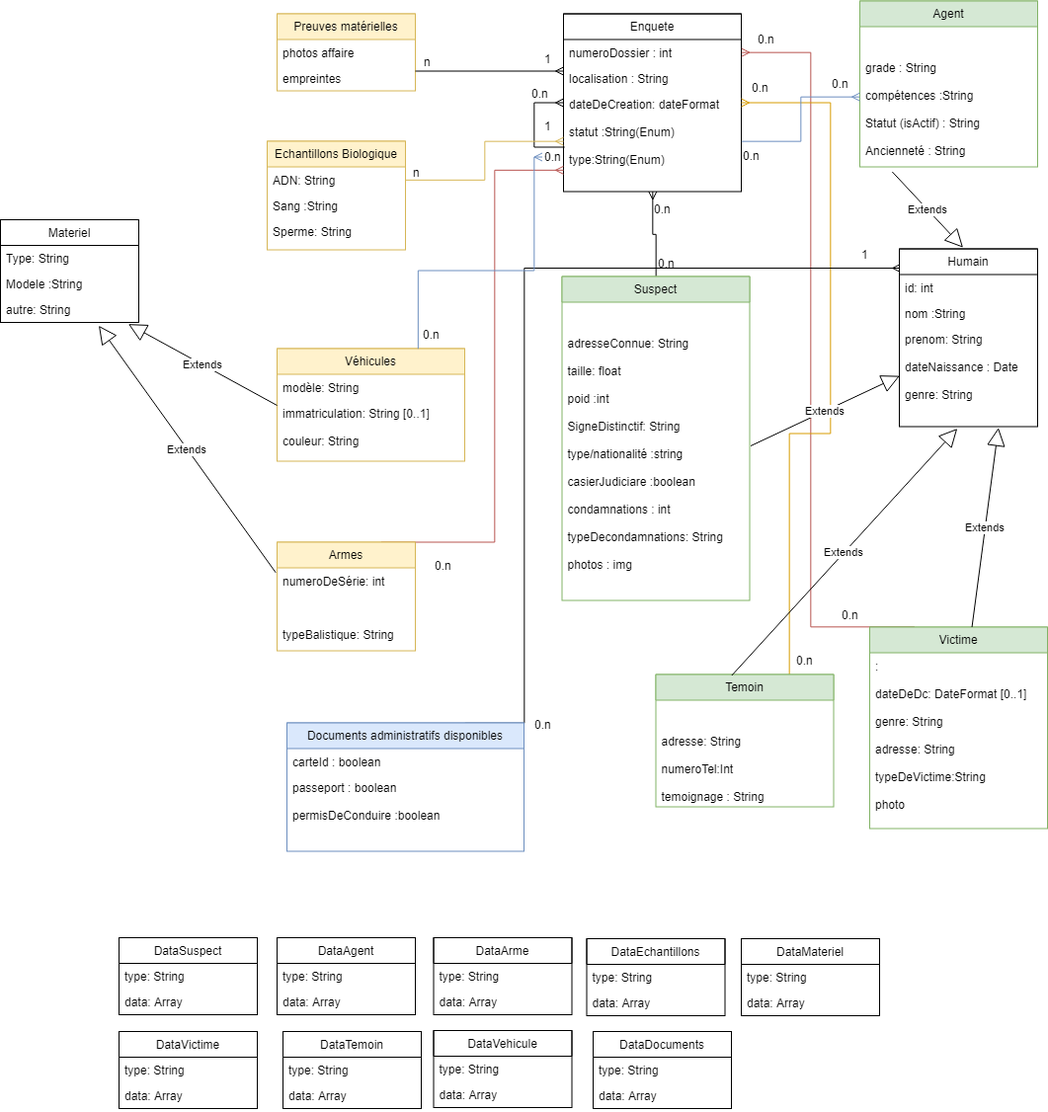
jipaow/CSI-Back keeps this draw.io diagram as Document/diagramme_de_classe.png. Above is the earlier version. Source tidied: cells renumbered, new cells last; positions are measured from the earlier drawing's top-left corner, leaving out a move shared by most shapes.
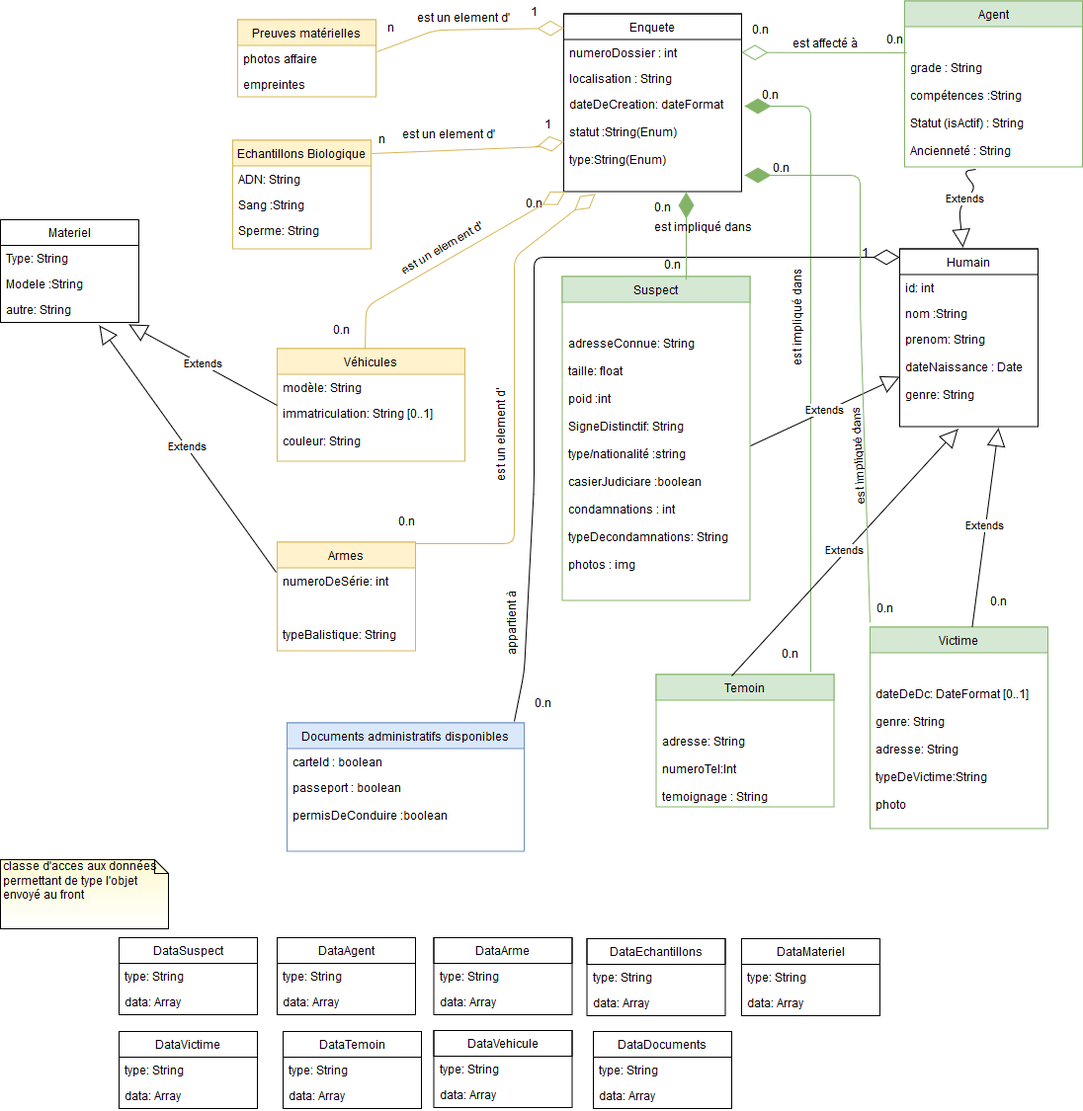
After the commit.

Change to the diagram source:
```diff
@@ -17,3 +17,3 @@
     <mxCell id="6" value="Agent" style="swimlane;fontStyle=0;horizontal=1;startSize=26;fillColor=#d5e8d4;swimlaneFillColor=#ffffff;strokeColor=#82b366;" parent="1" vertex="1">
-      <mxGeometry x="870" y="0.5" width="180" height="168" as="geometry" />
+      <mxGeometry x="915" y="0.5" width="180" height="168" as="geometry" />
     </mxCell>
@@ -22,5 +22,2 @@
     </mxCell>
-    <mxCell id="8" style="edgeStyle=orthogonalEdgeStyle;rounded=0;html=1;exitX=0.5;exitY=0;endArrow=ERmany;endFill=0;jettySize=auto;" parent="1" edge="1" source="9" target="2">
-      <mxGeometry relative="1" as="geometry" />
-    </mxCell>
     <mxCell id="9" value="Suspect" style="swimlane;fontStyle=0;horizontal=1;startSize=26;fillColor=#d5e8d4;swimlaneFillColor=#ffffff;strokeColor=#82b366;" parent="1" vertex="1">
@@ -31,10 +28,2 @@
     </mxCell>
-    <mxCell id="11" style="edgeStyle=orthogonalEdgeStyle;rounded=0;html=1;exitX=0.25;exitY=0;entryX=1;entryY=0.5;endArrow=ERmany;endFill=0;jettySize=auto;fillColor=#f8cecc;strokeColor=#b85450;" parent="1" edge="1" source="12" target="3">
-      <mxGeometry relative="1" as="geometry">
-        <Array as="points">
-          <mxPoint x="820" y="634.5" />
-          <mxPoint x="820" y="52.5" />
-        </Array>
-      </mxGeometry>
-    </mxCell>
     <mxCell id="12" value="Victime" style="swimlane;fontStyle=0;horizontal=1;startSize=26;fillColor=#d5e8d4;swimlaneFillColor=#ffffff;strokeColor=#82b366;" parent="1" vertex="1">
@@ -42,14 +31,5 @@
     </mxCell>
-    <mxCell id="13" value=":&#10;&#10;dateDeDc: DateFormat [0..1]&#10;&#10;genre: String&#10;&#10;adresse: String&#10;&#10;typeDeVictime:String&#10;&#10;photo&#10;&#10;&#10;" style="text;strokeColor=none;fillColor=none;align=left;verticalAlign=top;spacingLeft=4;spacingRight=4;overflow=hidden;" parent="12" vertex="1">
+    <mxCell id="13" value="&#10;&#10;dateDeDc: DateFormat [0..1]&#10;&#10;genre: String&#10;&#10;adresse: String&#10;&#10;typeDeVictime:String&#10;&#10;photo&#10;&#10;&#10;" style="text;strokeColor=none;fillColor=none;align=left;verticalAlign=top;spacingLeft=4;spacingRight=4;overflow=hidden;" parent="12" vertex="1">
       <mxGeometry y="26" width="180" height="178" as="geometry" />
     </mxCell>
-    <mxCell id="14" style="edgeStyle=orthogonalEdgeStyle;rounded=0;html=1;exitX=0.75;exitY=0;endArrow=ERmany;endFill=0;jettySize=auto;fillColor=#ffe6cc;strokeColor=#d79b00;" parent="1" edge="1" source="15" target="2">
-      <mxGeometry relative="1" as="geometry">
-        <Array as="points">
-          <mxPoint x="798" y="438.5" />
-          <mxPoint x="840" y="438.5" />
-          <mxPoint x="840" y="103.5" />
-        </Array>
-      </mxGeometry>
-    </mxCell>
     <mxCell id="15" value="Temoin" style="swimlane;fontStyle=0;horizontal=1;startSize=26;fillColor=#d5e8d4;swimlaneFillColor=#ffffff;strokeColor=#82b366;" parent="1" vertex="1">
@@ -60,2 +40,10 @@
     </mxCell>
+    <mxCell id="101" style="endArrow=diamondThin;endFill=1;endSize=24;html=1;entryX=1.017;entryY=0.152;entryPerimeter=0;fillColor=#d5e8d4;strokeColor=#82b366;" parent="15" edge="1" target="5">
+      <mxGeometry relative="1" as="geometry">
+        <mxPoint x="156.5" y="-2.5" as="sourcePoint" />
+        <Array as="points">
+          <mxPoint x="156.5" y="-575.5" />
+        </Array>
+      </mxGeometry>
+    </mxCell>
     <mxCell id="17" value="&lt;div&gt;&lt;br&gt;&lt;/div&gt;" style="text;html=1;" parent="1" vertex="1">
@@ -63,10 +51,2 @@
     </mxCell>
-    <mxCell id="18" style="edgeStyle=orthogonalEdgeStyle;rounded=0;html=1;exitX=0.75;exitY=0;entryX=0.008;entryY=-0.256;entryPerimeter=0;endArrow=ERmany;endFill=0;jettySize=auto;" parent="1" edge="1" source="19" target="42">
-      <mxGeometry relative="1" as="geometry">
-        <Array as="points">
-          <mxPoint x="530" y="731.5" />
-          <mxPoint x="530" y="270.5" />
-        </Array>
-      </mxGeometry>
-    </mxCell>
     <mxCell id="19" value="Documents administratifs disponibles" style="swimlane;fontStyle=0;horizontal=1;startSize=26;fillColor=#dae8fc;swimlaneFillColor=#ffffff;strokeColor=#6c8ebf;" parent="1" vertex="1">
@@ -81,3 +61,3 @@
     <mxCell id="22" value="Preuves matérielles" style="swimlane;fontStyle=0;horizontal=1;startSize=26;fillColor=#fff2cc;swimlaneFillColor=#ffffff;strokeColor=#d6b656;" parent="1" vertex="1">
-      <mxGeometry x="280" y="13.5" width="140" height="78" as="geometry" />
+      <mxGeometry x="240" y="19.5" width="140" height="78" as="geometry" />
     </mxCell>
@@ -90,3 +70,3 @@
     <mxCell id="25" value="Echantillons Biologique" style="swimlane;fontStyle=0;horizontal=1;startSize=26;fillColor=#fff2cc;swimlaneFillColor=#ffffff;strokeColor=#d6b656;" parent="1" vertex="1">
-      <mxGeometry x="270" y="142.5" width="140" height="110" as="geometry" />
+      <mxGeometry x="235" y="141.5" width="140" height="110" as="geometry" />
     </mxCell>
@@ -101,9 +81,2 @@
     </mxCell>
-    <mxCell id="29" style="edgeStyle=orthogonalEdgeStyle;rounded=0;html=1;exitX=0.75;exitY=0;endArrow=ERmany;endFill=0;jettySize=auto;" parent="1" edge="1" source="65" target="2">
-      <mxGeometry relative="1" as="geometry">
-        <Array as="points">
-          <mxPoint x="540" y="103.5" />
-        </Array>
-      </mxGeometry>
-    </mxCell>
     <mxCell id="30" value="Véhicules" style="swimlane;fontStyle=0;horizontal=1;startSize=26;fillColor=#fff2cc;swimlaneFillColor=#ffffff;strokeColor=#d6b656;" parent="1" vertex="1">
@@ -122,10 +95,2 @@
     </mxCell>
-    <mxCell id="34" style="edgeStyle=orthogonalEdgeStyle;rounded=0;html=1;exitX=0.75;exitY=0;endArrow=ERmany;endFill=0;jettySize=auto;fillColor=#f8cecc;strokeColor=#b85450;" parent="1" edge="1" source="35" target="5">
-      <mxGeometry relative="1" as="geometry">
-        <Array as="points">
-          <mxPoint x="500" y="548.5" />
-          <mxPoint x="500" y="171.5" />
-        </Array>
-      </mxGeometry>
-    </mxCell>
     <mxCell id="35" value="Armes" style="swimlane;fontStyle=0;horizontal=1;startSize=26;fillColor=#fff2cc;swimlaneFillColor=#ffffff;strokeColor=#d6b656;" parent="1" vertex="1">
@@ -139,14 +104,2 @@
     </mxCell>
-    <mxCell id="38" style="endArrow=ERmany;endFill=0;html=1;edgeStyle=orthogonalEdgeStyle;align=left;verticalAlign=top;" parent="1" edge="1">
-      <mxGeometry x="-1" relative="1" as="geometry">
-        <mxPoint x="420" y="71.5" as="sourcePoint" />
-        <mxPoint x="570" y="71.5" as="targetPoint" />
-      </mxGeometry>
-    </mxCell>
-    <mxCell id="39" style="html=1;align=left;verticalAlign=bottom;labelBackgroundColor=#ffffff;fontSize=10;" parent="38" vertex="1">
-      <mxGeometry x="-1" relative="1" as="geometry" />
-    </mxCell>
-    <mxCell id="40" style="edgeStyle=orthogonalEdgeStyle;rounded=0;html=1;exitX=1;exitY=0.5;jettySize=auto;endArrow=ERmany;endFill=0;fillColor=#fff2cc;strokeColor=#d6b656;" parent="1" edge="1" source="26" target="5">
-      <mxGeometry relative="1" as="geometry" />
-    </mxCell>
     <mxCell id="41" value="Humain" style="swimlane;fontStyle=0;horizontal=1;startSize=26;fillColor=none;swimlaneFillColor=#ffffff;" parent="1" vertex="1">
@@ -163,4 +116,10 @@
     </mxCell>
-    <mxCell id="45" value="Extends" style="endArrow=block;endSize=16;endFill=0;html=1;exitX=0.181;exitY=1.034;exitPerimeter=0;entryX=0.458;entryY=-0.008;entryPerimeter=0;" parent="1" edge="1" source="7" target="41">
-      <mxGeometry relative="1" as="geometry" />
+    <mxCell id="45" value="Extends" style="endArrow=block;endSize=16;endFill=0;html=1;exitX=0.4;exitY=1.018;exitPerimeter=0;entryX=0.458;entryY=-0.008;entryPerimeter=0;" parent="1" edge="1" source="7" target="41">
+      <mxGeometry relative="1" as="geometry">
+        <Array as="points">
+          <mxPoint x="974" y="173" />
+          <mxPoint x="987" y="190" />
+          <mxPoint x="970" y="210" />
+        </Array>
+      </mxGeometry>
     </mxCell>
@@ -172,5 +131,2 @@
     </mxCell>
-    <mxCell id="48" style="edgeStyle=orthogonalEdgeStyle;rounded=0;html=1;exitX=1;exitY=0.5;endArrow=ERmany;endFill=0;jettySize=auto;sourcePerimeterSpacing=17;fillColor=#dae8fc;strokeColor=#6c8ebf;" parent="1" edge="1" source="5" target="7">
-      <mxGeometry relative="1" as="geometry" />
-    </mxCell>
     <mxCell id="49" value="Extends" style="endArrow=block;endSize=16;endFill=0;html=1;exitX=1.004;exitY=0.482;exitPerimeter=0;entryX=0;entryY=0.5;" parent="1" edge="1" source="10" target="44">
@@ -179,3 +135,3 @@
     <mxCell id="50" value="0.n" style="text;html=1;align=left;verticalAlign=top;spacingTop=-4;" parent="1" vertex="1">
-      <mxGeometry x="663.5" y="257.5" width="30" height="20" as="geometry" />
+      <mxGeometry x="670" y="259.5" width="30" height="20" as="geometry" />
     </mxCell>
@@ -185,27 +141,27 @@
     <mxCell id="52" value="0.n" style="text;html=1;align=left;verticalAlign=top;spacingTop=-4;" parent="1" vertex="1">
-      <mxGeometry x="840" y="74.5" width="30" height="20" as="geometry" />
+      <mxGeometry x="895" y="31.5" width="30" height="20" as="geometry" />
     </mxCell>
     <mxCell id="53" value="0.n" style="text;html=1;align=left;verticalAlign=top;spacingTop=-4;" parent="1" vertex="1">
-      <mxGeometry x="750" y="147.5" width="30" height="20" as="geometry" />
+      <mxGeometry x="768.5" y="87.5" width="30" height="20" as="geometry" />
     </mxCell>
-    <mxCell id="54" value="0.n" style="text;html=1;align=left;verticalAlign=top;spacingTop=-4;" parent="1" vertex="1">
-      <mxGeometry x="803.5" y="658.5" width="30" height="20" as="geometry" />
+    <mxCell id="54" value="0.n" style="text;html=1;align=left;verticalAlign=top;spacingTop=-4;direction=south;" parent="1" vertex="1">
+      <mxGeometry x="788.5" y="653.5" width="20" height="30" as="geometry" />
     </mxCell>
     <mxCell id="55" value="0.n" style="text;html=1;align=left;verticalAlign=top;spacingTop=-4;" parent="1" vertex="1">
-      <mxGeometry x="758.5" y="78.5" width="30" height="20" as="geometry" />
+      <mxGeometry x="780" y="161.5" width="30" height="20" as="geometry" />
     </mxCell>
     <mxCell id="56" value="0.n" style="text;html=1;align=left;verticalAlign=top;spacingTop=-4;" parent="1" vertex="1">
-      <mxGeometry x="850" y="612.5" width="30" height="20" as="geometry" />
+      <mxGeometry x="885" y="607.5" width="30" height="20" as="geometry" />
     </mxCell>
+    <mxCell id="63" value="0.n" style="text;html=1;align=left;verticalAlign=top;spacingTop=-4;" parent="1" vertex="1">
+      <mxGeometry x="1000" y="600.5" width="30" height="20" as="geometry" />
+    </mxCell>
-    <mxCell id="57" value="0.n" style="text;html=1;align=left;verticalAlign=top;spacingTop=-4;" parent="1" vertex="1">
-      <mxGeometry x="765" y="29.5" width="30" height="20" as="geometry" />
+    <mxCell id="57" value="0.n" style="text;html=1;align=left;verticalAlign=top;spacingTop=-4;direction=south;" parent="1" vertex="1">
+      <mxGeometry x="758.5" y="21.5" width="20" height="30" as="geometry" />
     </mxCell>
-    <mxCell id="58" value="n" style="text;html=1;align=left;verticalAlign=top;spacingTop=-4;" parent="1" vertex="1">
-      <mxGeometry x="427" y="52.5" width="20" height="20" as="geometry" />
-    </mxCell>
     <mxCell id="59" value="1" style="text;html=1;align=left;verticalAlign=top;spacingTop=-4;" parent="1" vertex="1">
-      <mxGeometry x="548.5" y="49.5" width="20" height="20" as="geometry" />
+      <mxGeometry x="535" y="3.5" width="20" height="20" as="geometry" />
     </mxCell>
     <mxCell id="60" value="n" style="text;html=1;align=left;verticalAlign=top;spacingTop=-4;" parent="1" vertex="1">
-      <mxGeometry x="416" y="164.5" width="20" height="20" as="geometry" />
+      <mxGeometry x="381" y="132.5" width="20" height="20" as="geometry" />
     </mxCell>
@@ -215,23 +171,12 @@
     <mxCell id="62" value="0.n" style="text;html=1;align=left;verticalAlign=top;spacingTop=-4;" parent="1" vertex="1">
-      <mxGeometry x="426" y="328.5" width="30" height="20" as="geometry" />
+      <mxGeometry x="335" y="326" width="30" height="20" as="geometry" />
     </mxCell>
-    <mxCell id="63" value="0.n" style="text;html=1;align=left;verticalAlign=top;spacingTop=-4;" parent="1" vertex="1">
-      <mxGeometry x="536" y="84.5" width="30" height="20" as="geometry" />
-    </mxCell>
     <mxCell id="64" value="0.n" style="text;html=1;align=left;verticalAlign=top;spacingTop=-4;" parent="1" vertex="1">
-      <mxGeometry x="438" y="562.5" width="30" height="20" as="geometry" />
+      <mxGeometry x="401" y="520" width="30" height="20" as="geometry" />
     </mxCell>
     <mxCell id="65" value="0.n" style="text;html=1;points=[];align=left;verticalAlign=top;spacingTop=-4;" parent="1" vertex="1">
-      <mxGeometry x="548.5" y="148.5" width="30" height="20" as="geometry" />
+      <mxGeometry x="530" y="197.5" width="30" height="20" as="geometry" />
     </mxCell>
-    <mxCell id="66" style="edgeStyle=orthogonalEdgeStyle;rounded=0;html=1;exitX=0.75;exitY=0;endArrow=ERmany;endFill=0;jettySize=auto;fillColor=#dae8fc;strokeColor=#6c8ebf;" parent="1" edge="1" source="30" target="65">
-      <mxGeometry relative="1" as="geometry">
-        <Array as="points">
-          <mxPoint x="423" y="273.5" />
-          <mxPoint x="540" y="273.5" />
-        </Array>
-      </mxGeometry>
-    </mxCell>
     <mxCell id="67" value="0.n" style="text;html=1;align=left;verticalAlign=top;spacingTop=-4;" parent="1" vertex="1">
-      <mxGeometry x="539" y="723.5" width="30" height="20" as="geometry" />
+      <mxGeometry x="538.5" y="703.5" width="30" height="20" as="geometry" />
     </mxCell>
@@ -336,2 +281,98 @@
     </mxCell>
+    <mxCell id="102" style="endArrow=diamondThin;endFill=0;endSize=24;html=1;exitX=1.007;exitY=0.25;exitPerimeter=0;fillColor=#fff2cc;strokeColor=#d6b656;" parent="1" edge="1" source="23">
+      <mxGeometry relative="1" as="geometry">
+        <mxPoint x="570" y="28" as="targetPoint" />
+        <Array as="points">
+          <mxPoint x="440" y="30" />
+        </Array>
+      </mxGeometry>
+    </mxCell>
+    <mxCell id="58" value="n" style="text;html=1;align=left;verticalAlign=top;spacingTop=-4;" parent="1" vertex="1">
+      <mxGeometry x="390" y="19.5" width="20" height="20" as="geometry" />
+    </mxCell>
+    <mxCell id="103" style="endArrow=diamondThin;endFill=0;endSize=24;html=1;entryX=0;entryY=0.5;exitX=1.007;exitY=0.123;exitPerimeter=0;fillColor=#fff2cc;strokeColor=#d6b656;" parent="1" edge="1" source="25" target="5">
+      <mxGeometry relative="1" as="geometry">
+        <Array as="points">
+          <mxPoint x="500" y="150" />
+          <mxPoint x="550" y="148" />
+          <mxPoint x="540" y="148" />
+        </Array>
+      </mxGeometry>
+    </mxCell>
+    <mxCell id="104" style="endArrow=diamondThin;endFill=0;endSize=24;html=1;exitX=0.468;exitY=0.004;fillColor=#fff2cc;strokeColor=#d6b656;exitPerimeter=0;" parent="1" edge="1" source="30" target="5">
+      <mxGeometry relative="1" as="geometry">
+        <Array as="points">
+          <mxPoint x="370" y="310" />
+        </Array>
+      </mxGeometry>
+    </mxCell>
+    <mxCell id="105" style="endArrow=diamondThin;endFill=0;endSize=24;html=1;entryX=0.178;entryY=1.025;entryPerimeter=0;fillColor=#fff2cc;strokeColor=#d6b656;" parent="1" edge="1" target="5">
+      <mxGeometry relative="1" as="geometry">
+        <mxPoint x="420" y="550" as="sourcePoint" />
+        <Array as="points">
+          <mxPoint x="520" y="550" />
+          <mxPoint x="520" y="400" />
+          <mxPoint x="520" y="260" />
+        </Array>
+      </mxGeometry>
+    </mxCell>
+    <mxCell id="106" style="endArrow=diamondThin;endFill=0;endSize=24;html=1;entryX=0;entryY=0.047;entryPerimeter=0;" parent="1" edge="1" target="41">
+      <mxGeometry relative="1" as="geometry">
+        <mxPoint x="520" y="730" as="sourcePoint" />
+        <Array as="points">
+          <mxPoint x="530" y="680" />
+          <mxPoint x="540" y="490" />
+          <mxPoint x="540" y="260" />
+          <mxPoint x="740" y="260" />
+        </Array>
+      </mxGeometry>
+    </mxCell>
+    <mxCell id="107" style="endArrow=diamondThin;endFill=0;endSize=24;html=1;fillColor=#d5e8d4;strokeColor=#82b366;exitX=0.011;exitY=0.187;exitPerimeter=0;" parent="1" edge="1" source="7" target="3">
+      <mxGeometry relative="1" as="geometry" />
+    </mxCell>
+    <mxCell id="108" value="est un element d'" style="text;html=1;align=left;verticalAlign=top;spacingTop=-4;" parent="1" vertex="1">
+      <mxGeometry x="420" y="9.5" width="110" height="20" as="geometry" />
+    </mxCell>
+    <mxCell id="109" style="endArrow=diamondThin;endFill=1;endSize=24;html=1;exitX=1.017;exitY=1.075;exitPerimeter=0;fillColor=#d5e8d4;strokeColor=#82b366;" parent="1" edge="1">
+      <mxGeometry relative="1" as="geometry">
+        <mxPoint x="694" y="283" as="sourcePoint" />
+        <mxPoint x="694" y="194" as="targetPoint" />
+      </mxGeometry>
+    </mxCell>
+    <mxCell id="110" value="est un element d'" style="text;html=1;align=left;verticalAlign=top;spacingTop=-4;" parent="1" vertex="1">
+      <mxGeometry x="404.5" y="127.5" width="110" height="20" as="geometry" />
+    </mxCell>
+    <mxCell id="111" value="est un element d'" style="text;html=1;align=left;verticalAlign=top;spacingTop=-4;rotation=-30;" parent="1" vertex="1">
+      <mxGeometry x="398.5" y="239.5" width="110" height="20" as="geometry" />
+    </mxCell>
+    <mxCell id="112" value="est un element d'" style="text;html=1;align=left;verticalAlign=top;spacingTop=-4;rotation=-90;" parent="1" vertex="1">
+      <mxGeometry x="453.5" y="423.5" width="110" height="20" as="geometry" />
+    </mxCell>
+    <mxCell id="113" value="appartient à" style="text;html=1;align=left;verticalAlign=top;spacingTop=-4;rotation=-90;" parent="1" vertex="1">
+      <mxGeometry x="480" y="614.5" width="80" height="20" as="geometry" />
+    </mxCell>
+    <mxCell id="114" value="est affecté à" style="text;html=1;align=left;verticalAlign=top;spacingTop=-4;" parent="1" vertex="1">
+      <mxGeometry x="800" y="35.5" width="80" height="20" as="geometry" />
+    </mxCell>
+    <mxCell id="115" style="endArrow=diamondThin;endFill=1;endSize=24;html=1;fillColor=#d5e8d4;strokeColor=#82b366;entryX=1.017;entryY=0.838;entryPerimeter=0;" parent="1" edge="1" target="5">
+      <mxGeometry relative="1" as="geometry">
+        <mxPoint x="880" y="630" as="sourcePoint" />
+        <Array as="points">
+          <mxPoint x="870" y="310" />
+          <mxPoint x="870" y="177" />
+        </Array>
+      </mxGeometry>
+    </mxCell>
+    <mxCell id="116" value="est impliqué dans" style="text;html=1;align=left;verticalAlign=top;spacingTop=-4;" parent="1" vertex="1">
+      <mxGeometry x="660" y="222" width="110" height="20" as="geometry" />
+    </mxCell>
+    <mxCell id="117" value="est impliqué dans" style="text;html=1;align=left;verticalAlign=top;spacingTop=-4;rotation=-90;" parent="1" vertex="1">
+      <mxGeometry x="753.5" y="306.5" width="110" height="20" as="geometry" />
+    </mxCell>
+    <mxCell id="118" value="est impliqué dans" style="text;html=1;align=left;verticalAlign=top;spacingTop=-4;rotation=-93;" parent="1" vertex="1">
+      <mxGeometry x="815" y="446.5" width="110" height="20" as="geometry" />
+    </mxCell>
+    <mxCell id="119" value="classe d'acces aux données&lt;br&gt;permettant de type l'objet &lt;br&gt;envoyé au front" style="shape=note;whiteSpace=wrap;html=1;size=14;verticalAlign=top;align=left;spacingTop=-6;fillColor=#FFF9D1;gradientColor=#ffffff;" parent="1" vertex="1">
+      <mxGeometry y="870" width="170" height="70" as="geometry" />
+    </mxCell>
   </root>
```
